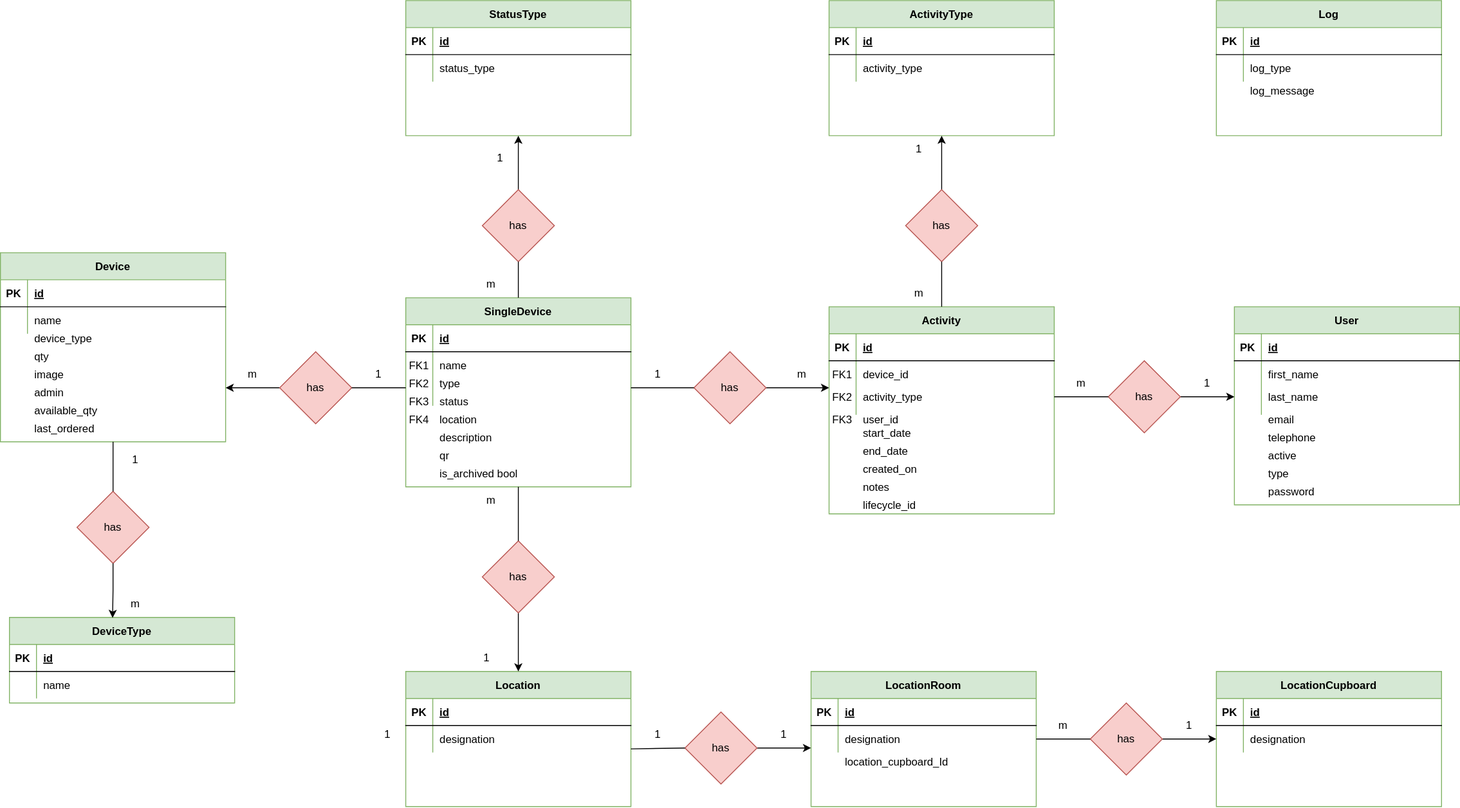
This is Lagerstyringsprojekt/lagerstyring_db_erd.drawio.svg from rgammelby/H3, a draw.io export, as it was before one commit. Source tidied: cells renumbered, new cells last; positions are measured from the earlier drawing's top-left corner, leaving out a move shared by most shapes.
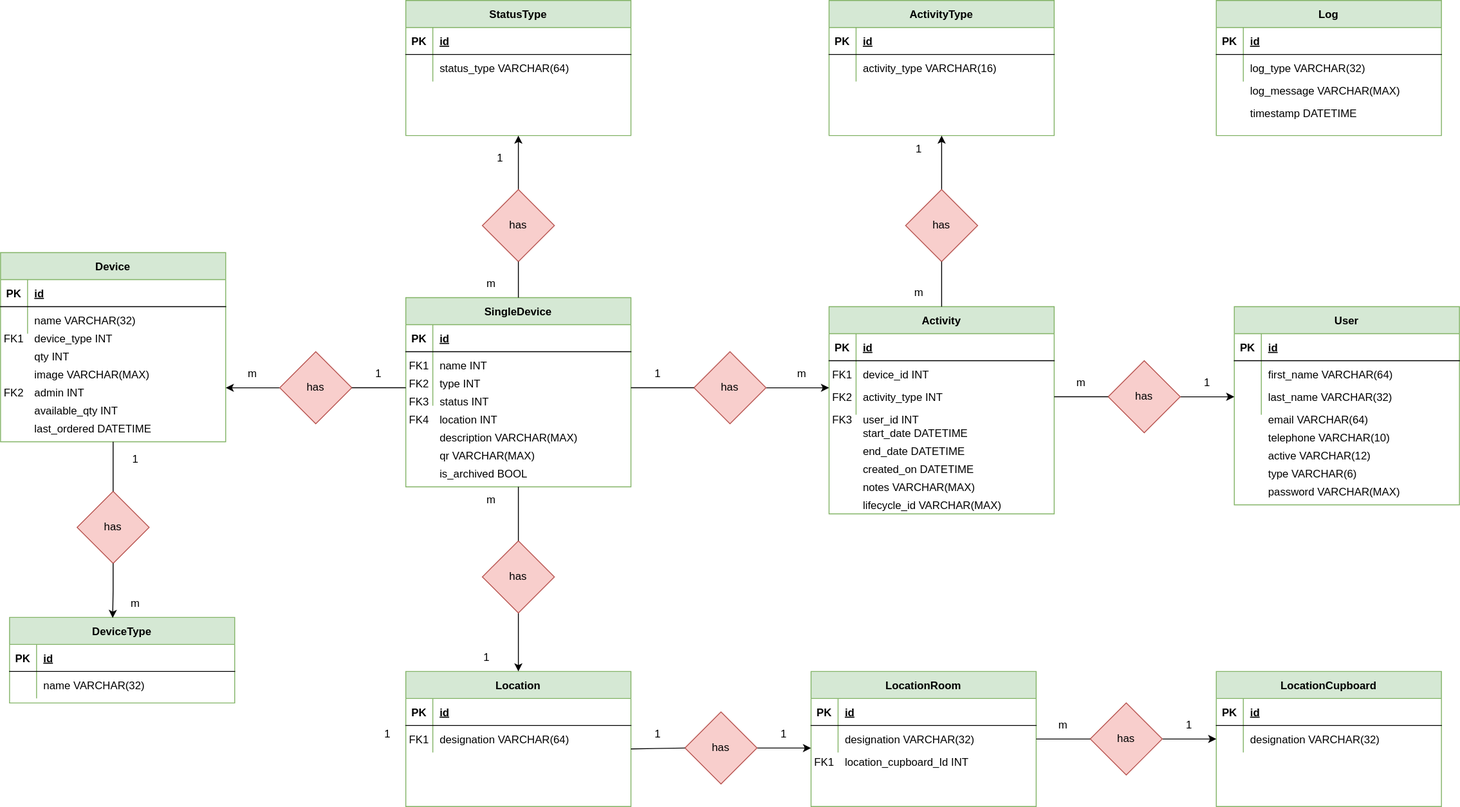
After the commit.

Change to the diagram source:
```diff
@@ -22,3 +22,3 @@
     </mxCell>
-    <mxCell id="8" value="name" style="shape=partialRectangle;overflow=hidden;fillColor=none;top=0;left=0;bottom=0;right=0;align=left;spacingLeft=6;" parent="6" vertex="1">
+    <mxCell id="8" value="name VARCHAR(32)" style="shape=partialRectangle;overflow=hidden;fillColor=none;top=0;left=0;bottom=0;right=0;align=left;spacingLeft=6;" parent="6" vertex="1">
       <mxGeometry x="30" width="220" height="30" as="geometry" />
@@ -43,3 +43,3 @@
     </mxCell>
-    <mxCell id="15" value="name" style="shape=partialRectangle;overflow=hidden;fillColor=none;top=0;left=0;bottom=0;right=0;align=left;spacingLeft=6;" parent="13" vertex="1">
+    <mxCell id="15" value="name INT" style="shape=partialRectangle;overflow=hidden;fillColor=none;top=0;left=0;bottom=0;right=0;align=left;spacingLeft=6;" parent="13" vertex="1">
       <mxGeometry x="30" width="220" height="30" as="geometry" />
@@ -55,15 +55,15 @@
     </mxCell>
-    <mxCell id="19" value="description" style="shape=partialRectangle;overflow=hidden;fillColor=none;top=0;left=0;bottom=0;right=0;align=left;spacingLeft=6;" parent="1" vertex="1">
+    <mxCell id="19" value="description VARCHAR(MAX)" style="shape=partialRectangle;overflow=hidden;fillColor=none;top=0;left=0;bottom=0;right=0;align=left;spacingLeft=6;" parent="1" vertex="1">
       <mxGeometry x="480" y="470" width="220" height="30" as="geometry" />
     </mxCell>
-    <mxCell id="20" value="status" style="shape=partialRectangle;overflow=hidden;fillColor=none;top=0;left=0;bottom=0;right=0;align=left;spacingLeft=6;" parent="1" vertex="1">
+    <mxCell id="20" value="status INT" style="shape=partialRectangle;overflow=hidden;fillColor=none;top=0;left=0;bottom=0;right=0;align=left;spacingLeft=6;" parent="1" vertex="1">
       <mxGeometry x="480" y="430" width="220" height="30" as="geometry" />
     </mxCell>
-    <mxCell id="21" value="location" style="shape=partialRectangle;overflow=hidden;fillColor=none;top=0;left=0;bottom=0;right=0;align=left;spacingLeft=6;" parent="1" vertex="1">
+    <mxCell id="21" value="location INT" style="shape=partialRectangle;overflow=hidden;fillColor=none;top=0;left=0;bottom=0;right=0;align=left;spacingLeft=6;" parent="1" vertex="1">
       <mxGeometry x="480" y="450" width="220" height="30" as="geometry" />
     </mxCell>
-    <mxCell id="22" value="qr" style="shape=partialRectangle;overflow=hidden;fillColor=none;top=0;left=0;bottom=0;right=0;align=left;spacingLeft=6;" parent="1" vertex="1">
+    <mxCell id="22" value="qr VARCHAR(MAX)" style="shape=partialRectangle;overflow=hidden;fillColor=none;top=0;left=0;bottom=0;right=0;align=left;spacingLeft=6;" parent="1" vertex="1">
       <mxGeometry x="480" y="490" width="220" height="30" as="geometry" />
     </mxCell>
-    <mxCell id="23" value="type" style="shape=partialRectangle;overflow=hidden;fillColor=none;top=0;left=0;bottom=0;right=0;align=left;spacingLeft=6;" parent="1" vertex="1">
+    <mxCell id="23" value="type INT" style="shape=partialRectangle;overflow=hidden;fillColor=none;top=0;left=0;bottom=0;right=0;align=left;spacingLeft=6;" parent="1" vertex="1">
       <mxGeometry x="480" y="410" width="220" height="30" as="geometry" />
@@ -82,9 +82,9 @@
     </mxCell>
-    <mxCell id="28" value="device_type" style="shape=partialRectangle;overflow=hidden;fillColor=none;top=0;left=0;bottom=0;right=0;align=left;spacingLeft=6;" parent="1" vertex="1">
+    <mxCell id="28" value="device_type INT" style="shape=partialRectangle;overflow=hidden;fillColor=none;top=0;left=0;bottom=0;right=0;align=left;spacingLeft=6;" parent="1" vertex="1">
       <mxGeometry x="30" y="360" width="220" height="30" as="geometry" />
     </mxCell>
-    <mxCell id="29" value="qty" style="shape=partialRectangle;overflow=hidden;fillColor=none;top=0;left=0;bottom=0;right=0;align=left;spacingLeft=6;" parent="1" vertex="1">
+    <mxCell id="29" value="qty INT" style="shape=partialRectangle;overflow=hidden;fillColor=none;top=0;left=0;bottom=0;right=0;align=left;spacingLeft=6;" parent="1" vertex="1">
       <mxGeometry x="30" y="380" width="220" height="30" as="geometry" />
     </mxCell>
-    <mxCell id="30" value="image" style="shape=partialRectangle;overflow=hidden;fillColor=none;top=0;left=0;bottom=0;right=0;align=left;spacingLeft=6;" parent="1" vertex="1">
+    <mxCell id="30" value="image VARCHAR(MAX)" style="shape=partialRectangle;overflow=hidden;fillColor=none;top=0;left=0;bottom=0;right=0;align=left;spacingLeft=6;" parent="1" vertex="1">
       <mxGeometry x="30" y="400" width="220" height="30" as="geometry" />
@@ -109,3 +109,3 @@
     </mxCell>
-    <mxCell id="37" value="status_type" style="shape=partialRectangle;overflow=hidden;fillColor=none;top=0;left=0;bottom=0;right=0;align=left;spacingLeft=6;" parent="35" vertex="1">
+    <mxCell id="37" value="status_type VARCHAR(64)" style="shape=partialRectangle;overflow=hidden;fillColor=none;top=0;left=0;bottom=0;right=0;align=left;spacingLeft=6;" parent="35" vertex="1">
       <mxGeometry x="30" width="220" height="30" as="geometry" />
@@ -130,3 +130,3 @@
     </mxCell>
-    <mxCell id="44" value="device_id" style="shape=partialRectangle;overflow=hidden;fillColor=none;top=0;left=0;bottom=0;right=0;align=left;spacingLeft=6;" parent="42" vertex="1">
+    <mxCell id="44" value="device_id INT" style="shape=partialRectangle;overflow=hidden;fillColor=none;top=0;left=0;bottom=0;right=0;align=left;spacingLeft=6;" parent="42" vertex="1">
       <mxGeometry x="30" width="220" height="30" as="geometry" />
@@ -142,18 +142,18 @@
     </mxCell>
-    <mxCell id="48" value="activity_type" style="shape=partialRectangle;overflow=hidden;fillColor=none;top=0;left=0;bottom=0;right=0;align=left;spacingLeft=6;" parent="1" vertex="1">
+    <mxCell id="48" value="activity_type INT" style="shape=partialRectangle;overflow=hidden;fillColor=none;top=0;left=0;bottom=0;right=0;align=left;spacingLeft=6;" parent="1" vertex="1">
       <mxGeometry x="950" y="425" width="220" height="30" as="geometry" />
     </mxCell>
-    <mxCell id="49" value="start_date" style="shape=partialRectangle;overflow=hidden;fillColor=none;top=0;left=0;bottom=0;right=0;align=left;spacingLeft=6;" parent="1" vertex="1">
+    <mxCell id="49" value="start_date DATETIME" style="shape=partialRectangle;overflow=hidden;fillColor=none;top=0;left=0;bottom=0;right=0;align=left;spacingLeft=6;" parent="1" vertex="1">
       <mxGeometry x="950" y="465" width="220" height="30" as="geometry" />
     </mxCell>
-    <mxCell id="50" value="end_date" style="shape=partialRectangle;overflow=hidden;fillColor=none;top=0;left=0;bottom=0;right=0;align=left;spacingLeft=6;" parent="1" vertex="1">
+    <mxCell id="50" value="end_date DATETIME" style="shape=partialRectangle;overflow=hidden;fillColor=none;top=0;left=0;bottom=0;right=0;align=left;spacingLeft=6;" parent="1" vertex="1">
       <mxGeometry x="950" y="485" width="220" height="30" as="geometry" />
     </mxCell>
-    <mxCell id="51" value="created_on" style="shape=partialRectangle;overflow=hidden;fillColor=none;top=0;left=0;bottom=0;right=0;align=left;spacingLeft=6;" parent="1" vertex="1">
+    <mxCell id="51" value="created_on DATETIME" style="shape=partialRectangle;overflow=hidden;fillColor=none;top=0;left=0;bottom=0;right=0;align=left;spacingLeft=6;" parent="1" vertex="1">
       <mxGeometry x="950" y="505" width="220" height="30" as="geometry" />
     </mxCell>
-    <mxCell id="52" value="notes" style="shape=partialRectangle;overflow=hidden;fillColor=none;top=0;left=0;bottom=0;right=0;align=left;spacingLeft=6;" parent="1" vertex="1">
+    <mxCell id="52" value="notes VARCHAR(MAX)" style="shape=partialRectangle;overflow=hidden;fillColor=none;top=0;left=0;bottom=0;right=0;align=left;spacingLeft=6;" parent="1" vertex="1">
       <mxGeometry x="950" y="525" width="220" height="30" as="geometry" />
     </mxCell>
-    <mxCell id="53" value="lifecycle_id" style="shape=partialRectangle;overflow=hidden;fillColor=none;top=0;left=0;bottom=0;right=0;align=left;spacingLeft=6;" parent="1" vertex="1">
+    <mxCell id="53" value="lifecycle_id VARCHAR(MAX)" style="shape=partialRectangle;overflow=hidden;fillColor=none;top=0;left=0;bottom=0;right=0;align=left;spacingLeft=6;" parent="1" vertex="1">
       <mxGeometry x="950" y="545" width="220" height="30" as="geometry" />
@@ -187,3 +187,3 @@
     </mxCell>
-    <mxCell id="63" value="activity_type" style="shape=partialRectangle;overflow=hidden;fillColor=none;top=0;left=0;bottom=0;right=0;align=left;spacingLeft=6;" parent="61" vertex="1">
+    <mxCell id="63" value="activity_type VARCHAR(16)" style="shape=partialRectangle;overflow=hidden;fillColor=none;top=0;left=0;bottom=0;right=0;align=left;spacingLeft=6;" parent="61" vertex="1">
       <mxGeometry x="30" width="220" height="30" as="geometry" />
@@ -208,3 +208,3 @@
     </mxCell>
-    <mxCell id="70" value="first_name" style="shape=partialRectangle;overflow=hidden;fillColor=none;top=0;left=0;bottom=0;right=0;align=left;spacingLeft=6;" parent="68" vertex="1">
+    <mxCell id="70" value="first_name VARCHAR(64)" style="shape=partialRectangle;overflow=hidden;fillColor=none;top=0;left=0;bottom=0;right=0;align=left;spacingLeft=6;" parent="68" vertex="1">
       <mxGeometry x="30" width="220" height="30" as="geometry" />
@@ -220,15 +220,15 @@
     </mxCell>
-    <mxCell id="74" value="last_name" style="shape=partialRectangle;overflow=hidden;fillColor=none;top=0;left=0;bottom=0;right=0;align=left;spacingLeft=6;" parent="1" vertex="1">
+    <mxCell id="74" value="last_name VARCHAR(32)" style="shape=partialRectangle;overflow=hidden;fillColor=none;top=0;left=0;bottom=0;right=0;align=left;spacingLeft=6;" parent="1" vertex="1">
       <mxGeometry x="1400" y="425" width="220" height="30" as="geometry" />
     </mxCell>
-    <mxCell id="75" value="email" style="shape=partialRectangle;overflow=hidden;fillColor=none;top=0;left=0;bottom=0;right=0;align=left;spacingLeft=6;" parent="1" vertex="1">
+    <mxCell id="75" value="email VARCHAR(64)" style="shape=partialRectangle;overflow=hidden;fillColor=none;top=0;left=0;bottom=0;right=0;align=left;spacingLeft=6;" parent="1" vertex="1">
       <mxGeometry x="1400" y="450" width="220" height="30" as="geometry" />
     </mxCell>
-    <mxCell id="76" value="telephone" style="shape=partialRectangle;overflow=hidden;fillColor=none;top=0;left=0;bottom=0;right=0;align=left;spacingLeft=6;" parent="1" vertex="1">
+    <mxCell id="76" value="telephone VARCHAR(10)" style="shape=partialRectangle;overflow=hidden;fillColor=none;top=0;left=0;bottom=0;right=0;align=left;spacingLeft=6;" parent="1" vertex="1">
       <mxGeometry x="1400" y="470" width="220" height="30" as="geometry" />
     </mxCell>
-    <mxCell id="77" value="active" style="shape=partialRectangle;overflow=hidden;fillColor=none;top=0;left=0;bottom=0;right=0;align=left;spacingLeft=6;" parent="1" vertex="1">
+    <mxCell id="77" value="active VARCHAR(12)" style="shape=partialRectangle;overflow=hidden;fillColor=none;top=0;left=0;bottom=0;right=0;align=left;spacingLeft=6;" parent="1" vertex="1">
       <mxGeometry x="1400" y="490" width="220" height="30" as="geometry" />
     </mxCell>
-    <mxCell id="78" value="type" style="shape=partialRectangle;overflow=hidden;fillColor=none;top=0;left=0;bottom=0;right=0;align=left;spacingLeft=6;" parent="1" vertex="1">
+    <mxCell id="78" value="type VARCHAR(6)" style="shape=partialRectangle;overflow=hidden;fillColor=none;top=0;left=0;bottom=0;right=0;align=left;spacingLeft=6;" parent="1" vertex="1">
       <mxGeometry x="1400" y="510" width="220" height="30" as="geometry" />
@@ -253,3 +253,3 @@
     </mxCell>
-    <mxCell id="85" value="designation" style="shape=partialRectangle;overflow=hidden;fillColor=none;top=0;left=0;bottom=0;right=0;align=left;spacingLeft=6;" parent="83" vertex="1">
+    <mxCell id="85" value="designation VARCHAR(64)" style="shape=partialRectangle;overflow=hidden;fillColor=none;top=0;left=0;bottom=0;right=0;align=left;spacingLeft=6;" parent="83" vertex="1">
       <mxGeometry x="30" width="220" height="30" as="geometry" />
@@ -274,3 +274,3 @@
     </mxCell>
-    <mxCell id="92" value="designation" style="shape=partialRectangle;overflow=hidden;fillColor=none;top=0;left=0;bottom=0;right=0;align=left;spacingLeft=6;" parent="90" vertex="1">
+    <mxCell id="92" value="designation VARCHAR(32)" style="shape=partialRectangle;overflow=hidden;fillColor=none;top=0;left=0;bottom=0;right=0;align=left;spacingLeft=6;" parent="90" vertex="1">
       <mxGeometry x="30" width="220" height="30" as="geometry" />
@@ -295,9 +295,9 @@
     </mxCell>
-    <mxCell id="99" value="log_type" style="shape=partialRectangle;overflow=hidden;fillColor=none;top=0;left=0;bottom=0;right=0;align=left;spacingLeft=6;" parent="97" vertex="1">
+    <mxCell id="99" value="log_type VARCHAR(32)" style="shape=partialRectangle;overflow=hidden;fillColor=none;top=0;left=0;bottom=0;right=0;align=left;spacingLeft=6;" parent="97" vertex="1">
       <mxGeometry x="30" width="220" height="30" as="geometry" />
     </mxCell>
-    <mxCell id="100" value="log_message" style="shape=partialRectangle;overflow=hidden;fillColor=none;top=0;left=0;bottom=0;right=0;align=left;spacingLeft=6;" parent="1" vertex="1">
+    <mxCell id="100" value="log_message VARCHAR(MAX)" style="shape=partialRectangle;overflow=hidden;fillColor=none;top=0;left=0;bottom=0;right=0;align=left;spacingLeft=6;" parent="1" vertex="1">
       <mxGeometry x="1380" y="85" width="220" height="30" as="geometry" />
     </mxCell>
-    <mxCell id="101" value="user_id" style="shape=partialRectangle;overflow=hidden;fillColor=none;top=0;left=0;bottom=0;right=0;align=left;spacingLeft=6;" parent="1" vertex="1">
+    <mxCell id="101" value="user_id INT" style="shape=partialRectangle;overflow=hidden;fillColor=none;top=0;left=0;bottom=0;right=0;align=left;spacingLeft=6;" parent="1" vertex="1">
       <mxGeometry x="950" y="450" width="220" height="30" as="geometry" />
@@ -442,3 +442,3 @@
     </mxCell>
-    <mxCell id="141" value="designation" style="shape=partialRectangle;overflow=hidden;fillColor=none;top=0;left=0;bottom=0;right=0;align=left;spacingLeft=6;" parent="139" vertex="1">
+    <mxCell id="141" value="designation VARCHAR(32)" style="shape=partialRectangle;overflow=hidden;fillColor=none;top=0;left=0;bottom=0;right=0;align=left;spacingLeft=6;" parent="139" vertex="1">
       <mxGeometry x="30" width="220" height="30" as="geometry" />
@@ -473,3 +473,3 @@
     </mxCell>
-    <mxCell id="149" value="location_cupboard_Id" style="shape=partialRectangle;overflow=hidden;fillColor=none;top=0;left=0;bottom=0;right=0;align=left;spacingLeft=6;" parent="1" vertex="1">
+    <mxCell id="149" value="location_cupboard_Id INT" style="shape=partialRectangle;overflow=hidden;fillColor=none;top=0;left=0;bottom=0;right=0;align=left;spacingLeft=6;" parent="1" vertex="1">
       <mxGeometry x="930" y="830" width="220" height="30" as="geometry" />
@@ -494,3 +494,3 @@
     </mxCell>
-    <mxCell id="156" value="name" style="shape=partialRectangle;overflow=hidden;fillColor=none;top=0;left=0;bottom=0;right=0;align=left;spacingLeft=6;" parent="154" vertex="1">
+    <mxCell id="156" value="name VARCHAR(32)" style="shape=partialRectangle;overflow=hidden;fillColor=none;top=0;left=0;bottom=0;right=0;align=left;spacingLeft=6;" parent="154" vertex="1">
       <mxGeometry x="30" width="220" height="30" as="geometry" />
@@ -518,17 +518,32 @@
     </mxCell>
-    <mxCell id="164" value="is_archived bool" style="shape=partialRectangle;overflow=hidden;fillColor=none;top=0;left=0;bottom=0;right=0;align=left;spacingLeft=6;" parent="1" vertex="1">
+    <mxCell id="164" value="is_archived BOOL" style="shape=partialRectangle;overflow=hidden;fillColor=none;top=0;left=0;bottom=0;right=0;align=left;spacingLeft=6;" parent="1" vertex="1">
       <mxGeometry x="480" y="510" width="220" height="30" as="geometry" />
     </mxCell>
-    <mxCell id="165" value="admin" style="shape=partialRectangle;overflow=hidden;fillColor=none;top=0;left=0;bottom=0;right=0;align=left;spacingLeft=6;" parent="1" vertex="1">
+    <mxCell id="165" value="admin INT" style="shape=partialRectangle;overflow=hidden;fillColor=none;top=0;left=0;bottom=0;right=0;align=left;spacingLeft=6;" parent="1" vertex="1">
       <mxGeometry x="30" y="420" width="220" height="30" as="geometry" />
     </mxCell>
-    <mxCell id="166" value="available_qty" style="shape=partialRectangle;overflow=hidden;fillColor=none;top=0;left=0;bottom=0;right=0;align=left;spacingLeft=6;" parent="1" vertex="1">
+    <mxCell id="166" value="available_qty INT" style="shape=partialRectangle;overflow=hidden;fillColor=none;top=0;left=0;bottom=0;right=0;align=left;spacingLeft=6;" parent="1" vertex="1">
       <mxGeometry x="30" y="440" width="220" height="30" as="geometry" />
     </mxCell>
-    <mxCell id="167" value="last_ordered" style="shape=partialRectangle;overflow=hidden;fillColor=none;top=0;left=0;bottom=0;right=0;align=left;spacingLeft=6;" parent="1" vertex="1">
+    <mxCell id="167" value="last_ordered DATETIME" style="shape=partialRectangle;overflow=hidden;fillColor=none;top=0;left=0;bottom=0;right=0;align=left;spacingLeft=6;" parent="1" vertex="1">
       <mxGeometry x="30" y="460" width="220" height="30" as="geometry" />
     </mxCell>
-    <mxCell id="168" value="password" style="shape=partialRectangle;overflow=hidden;fillColor=none;top=0;left=0;bottom=0;right=0;align=left;spacingLeft=6;" parent="1" vertex="1">
+    <mxCell id="168" value="password VARCHAR(MAX)" style="shape=partialRectangle;overflow=hidden;fillColor=none;top=0;left=0;bottom=0;right=0;align=left;spacingLeft=6;" parent="1" vertex="1">
       <mxGeometry x="1400" y="530" width="220" height="30" as="geometry" />
     </mxCell>
+    <mxCell id="169" value="timestamp DATETIME" style="shape=partialRectangle;overflow=hidden;fillColor=none;top=0;left=0;bottom=0;right=0;align=left;spacingLeft=6;" parent="1" vertex="1">
+      <mxGeometry x="1380" y="110" width="220" height="30" as="geometry" />
+    </mxCell>
+    <mxCell id="170" value="FK1" style="shape=partialRectangle;overflow=hidden;fillColor=none;top=0;left=0;bottom=0;right=0;" parent="1" vertex="1">
+      <mxGeometry x="900" y="830" width="30" height="30" as="geometry" />
+    </mxCell>
+    <mxCell id="171" value="FK1" style="shape=partialRectangle;overflow=hidden;fillColor=none;top=0;left=0;bottom=0;right=0;" parent="1" vertex="1">
+      <mxGeometry x="450" y="805" width="30" height="30" as="geometry" />
+    </mxCell>
+    <mxCell id="172" value="FK1" style="shape=partialRectangle;overflow=hidden;fillColor=none;top=0;left=0;bottom=0;right=0;" parent="1" vertex="1">
+      <mxGeometry y="360" width="30" height="30" as="geometry" />
+    </mxCell>
+    <mxCell id="173" value="FK2" style="shape=partialRectangle;overflow=hidden;fillColor=none;top=0;left=0;bottom=0;right=0;" parent="1" vertex="1">
+      <mxGeometry y="420" width="30" height="30" as="geometry" />
+    </mxCell>
   </root>
```
